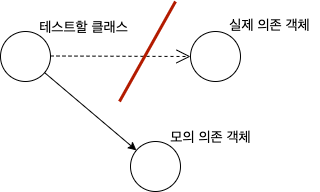
The draw.io diagram images/easy-random/unit-test-object-relation.png in rogarithm/rogarithm.github.io, before a commit. Source tidied: cells renumbered, new cells last; positions are measured from the earlier drawing's top-left corner, leaving out a move shared by most shapes. The source it was exported from:
```xml
<mxGraphModel>
  <root>
    <mxCell id="0" />
    <mxCell id="1" parent="0" />
    <mxCell id="2" style="ellipse;whiteSpace=wrap;html=1;" parent="1" vertex="1">
      <mxGeometry y="30" width="50" height="50" as="geometry" />
    </mxCell>
    <mxCell id="3" style="ellipse;whiteSpace=wrap;html=1;" parent="1" vertex="1">
      <mxGeometry x="190" y="30" width="50" height="50" as="geometry" />
    </mxCell>
    <mxCell id="4" style="ellipse;whiteSpace=wrap;html=1;" parent="1" vertex="1">
      <mxGeometry x="130" y="140" width="50" height="50" as="geometry" />
    </mxCell>
    <mxCell id="5" style="endArrow=classic;html=1;rounded=0;" parent="1" edge="1" source="2" target="4">
      <mxGeometry relative="1" as="geometry" />
    </mxCell>
    <mxCell id="6" value="&lt;font style=&quot;font-size: 14px;&quot;&gt;테스트할 클래스&lt;/font&gt;" style="text;strokeColor=none;fillColor=none;html=1;fontSize=24;fontStyle=0;verticalAlign=bottom;align=center;" parent="1" vertex="1">
      <mxGeometry x="33" y="15" width="100" height="25" as="geometry" />
    </mxCell>
    <mxCell id="7" value="&lt;font style=&quot;font-size: 14px;&quot;&gt;실제 의존 객체&lt;/font&gt;" style="text;strokeColor=none;fillColor=none;html=1;fontSize=24;fontStyle=0;verticalAlign=bottom;align=center;" parent="1" vertex="1">
      <mxGeometry x="219" y="13" width="100" height="25" as="geometry" />
    </mxCell>
    <mxCell id="8" value="&lt;font style=&quot;font-size: 14px;&quot;&gt;모의 의존 객체&lt;/font&gt;" style="text;strokeColor=none;fillColor=none;html=1;fontSize=24;fontStyle=0;verticalAlign=bottom;align=center;" parent="1" vertex="1">
      <mxGeometry x="160" y="125" width="100" height="25" as="geometry" />
    </mxCell>
    <mxCell id="9" style="endArrow=open;endSize=12;dashed=1;html=1;rounded=0;entryX=0;entryY=0.5;entryDx=0;entryDy=0;" parent="1" edge="1" target="3">
      <mxGeometry relative="1" as="geometry">
        <mxPoint x="50" y="54.5" as="sourcePoint" />
      </mxGeometry>
    </mxCell>
    <mxCell id="10" style="endArrow=none;html=1;rounded=0;fillColor=#e51400;strokeColor=#b31b00;strokeWidth=3;" parent="1" edge="1">
      <mxGeometry relative="1" as="geometry">
        <mxPoint x="119" y="100" as="sourcePoint" />
        <mxPoint x="175" as="targetPoint" />
      </mxGeometry>
    </mxCell>
  </root>
</mxGraphModel>
```
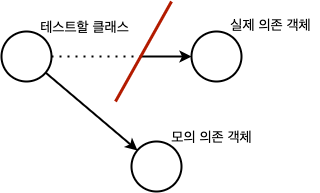
After the change.

Change to the diagram source:
```diff
@@ -2,16 +2,16 @@
   <root>
     <mxCell id="0" />
     <mxCell id="1" parent="0" />
-    <mxCell id="2" style="ellipse;whiteSpace=wrap;html=1;" parent="1" vertex="1">
+    <mxCell id="2" style="ellipse;whiteSpace=wrap;html=1;strokeWidth=2;" parent="1" vertex="1">
       <mxGeometry y="30" width="50" height="50" as="geometry" />
     </mxCell>
-    <mxCell id="3" style="ellipse;whiteSpace=wrap;html=1;" parent="1" vertex="1">
+    <mxCell id="3" style="ellipse;whiteSpace=wrap;html=1;strokeWidth=2;" parent="1" vertex="1">
       <mxGeometry x="190" y="30" width="50" height="50" as="geometry" />
     </mxCell>
-    <mxCell id="4" style="ellipse;whiteSpace=wrap;html=1;" parent="1" vertex="1">
+    <mxCell id="4" style="ellipse;whiteSpace=wrap;html=1;strokeWidth=2;" parent="1" vertex="1">
       <mxGeometry x="130" y="140" width="50" height="50" as="geometry" />
     </mxCell>
-    <mxCell id="5" style="endArrow=classic;html=1;rounded=0;" parent="1" edge="1" source="2" target="4">
+    <mxCell id="5" style="endArrow=classic;html=1;rounded=0;strokeWidth=2;" parent="1" edge="1" source="2" target="4">
       <mxGeometry relative="1" as="geometry" />
     </mxCell>
     <mxCell id="6" value="&lt;font style=&quot;font-size: 14px;&quot;&gt;테스트할 클래스&lt;/font&gt;" style="text;strokeColor=none;fillColor=none;html=1;fontSize=24;fontStyle=0;verticalAlign=bottom;align=center;" parent="1" vertex="1">
@@ -23,16 +23,21 @@
     <mxCell id="8" value="&lt;font style=&quot;font-size: 14px;&quot;&gt;모의 의존 객체&lt;/font&gt;" style="text;strokeColor=none;fillColor=none;html=1;fontSize=24;fontStyle=0;verticalAlign=bottom;align=center;" parent="1" vertex="1">
       <mxGeometry x="160" y="125" width="100" height="25" as="geometry" />
     </mxCell>
-    <mxCell id="9" style="endArrow=open;endSize=12;dashed=1;html=1;rounded=0;entryX=0;entryY=0.5;entryDx=0;entryDy=0;" parent="1" edge="1" target="3">
+    <mxCell id="9" style="endArrow=classic;html=1;rounded=0;strokeWidth=2;entryX=0;entryY=0.5;entryDx=0;entryDy=0;" parent="1" edge="1" target="3">
       <mxGeometry relative="1" as="geometry">
-        <mxPoint x="50" y="54.5" as="sourcePoint" />
+        <mxPoint x="140" y="55" as="sourcePoint" />
       </mxGeometry>
     </mxCell>
-    <mxCell id="10" style="endArrow=none;html=1;rounded=0;fillColor=#e51400;strokeColor=#b31b00;strokeWidth=3;" parent="1" edge="1">
+    <mxCell id="10" style="endArrow=none;dashed=1;html=1;dashPattern=1 3;strokeWidth=2;rounded=0;" parent="1" edge="1" source="2">
       <mxGeometry relative="1" as="geometry">
-        <mxPoint x="119" y="100" as="sourcePoint" />
-        <mxPoint x="175" as="targetPoint" />
+        <mxPoint x="140" y="55" as="targetPoint" />
       </mxGeometry>
     </mxCell>
+    <mxCell id="11" style="endArrow=none;html=1;rounded=0;fillColor=#e51400;strokeColor=#b31b00;strokeWidth=3;" parent="1" edge="1">
+      <mxGeometry relative="1" as="geometry">
+        <mxPoint x="114" y="100" as="sourcePoint" />
+        <mxPoint x="170" as="targetPoint" />
+      </mxGeometry>
+    </mxCell>
   </root>
 </mxGraphModel>
```
